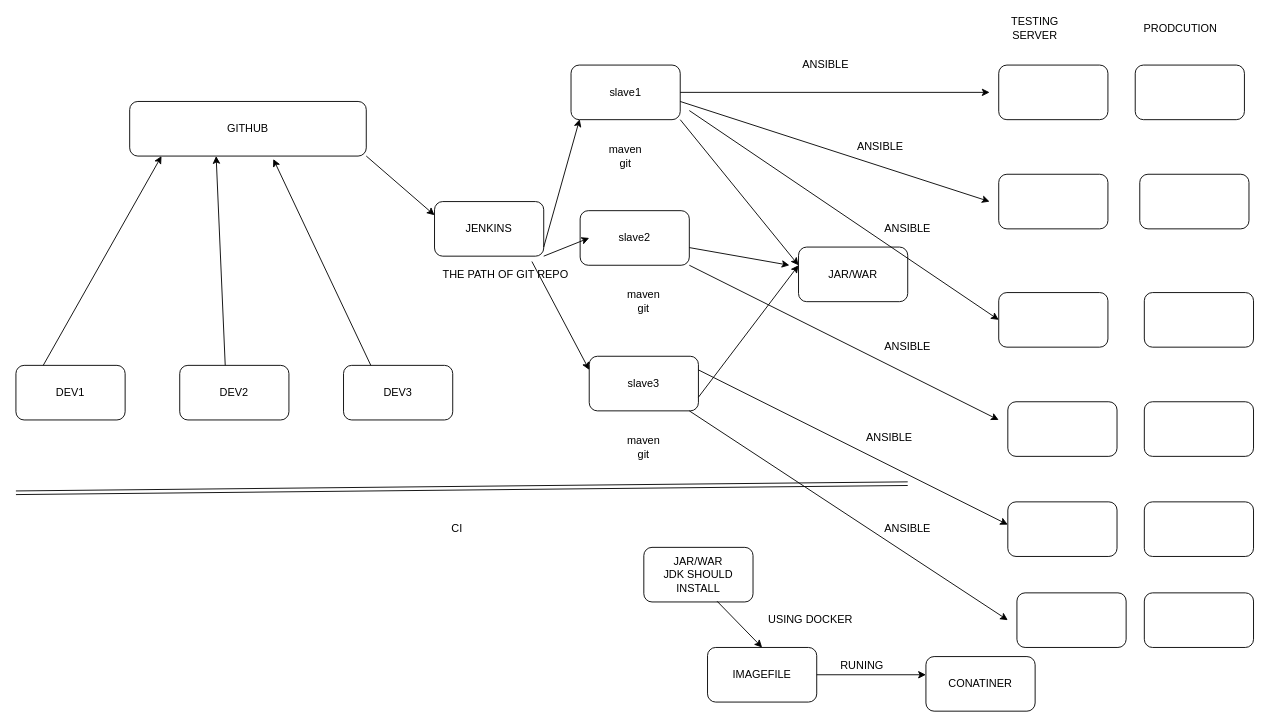
Earlier version of the draw.io diagram DEVOPS-FLOW.drawio (ashisnishanka/JENKINS). Source tidied: cells renumbered, new cells numbered last; positions are measured from the earlier drawing's top-left corner, leaving out a move shared by most shapes. Both pictures are drawn from the tidied source at 91%, with x=0, y=0 at pixel (15, 19).
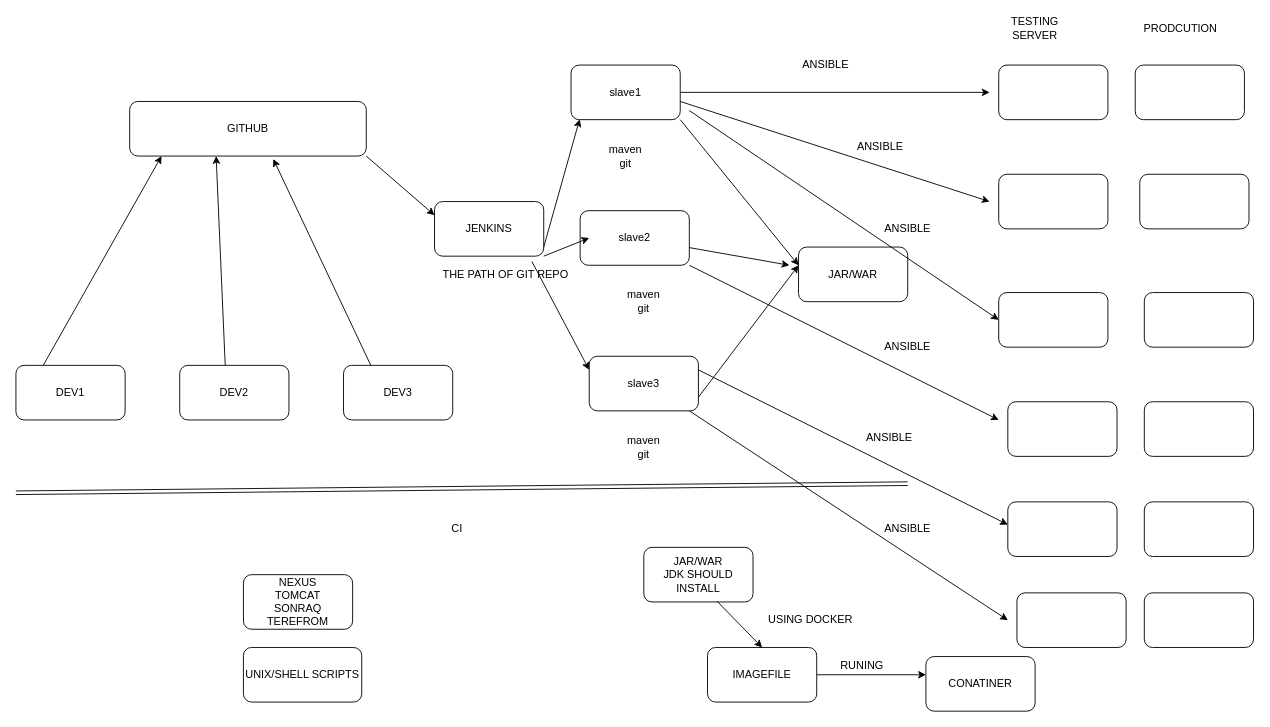
The same diagram, later.

Change to the diagram source:
```diff
@@
+    <mxCell id="60" value="NEXUS&lt;br&gt;TOMCAT&lt;br&gt;SONRAQ&lt;br&gt;TEREFROM" style="rounded=1;whiteSpace=wrap;html=1;" parent="1" vertex="1">
+      <mxGeometry x="250" y="610" width="120" height="60" as="geometry" />
+    </mxCell>
+    <mxCell id="61" value="UNIX/SHELL SCRIPTS" style="rounded=1;whiteSpace=wrap;html=1;" parent="1" vertex="1">
+      <mxGeometry x="250" y="690" width="130" height="60" as="geometry" />
+    </mxCell>
```
